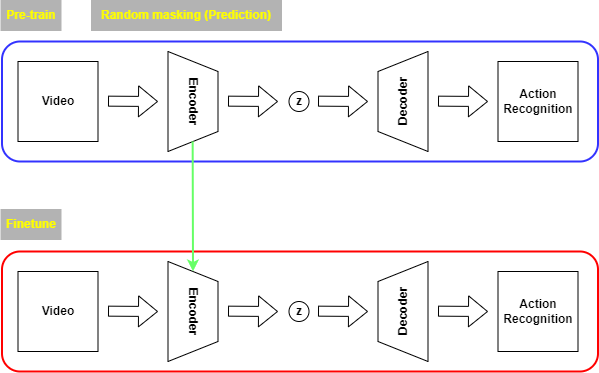
Above: Task/Action Recognition.drawio.png in Kyoungrae-Noh/Self-Supervised-Learning (draw.io), before the change. Source tidied: cells renumbered, new cells last; positions are measured from the earlier drawing's top-left corner, leaving out a move shared by most shapes.
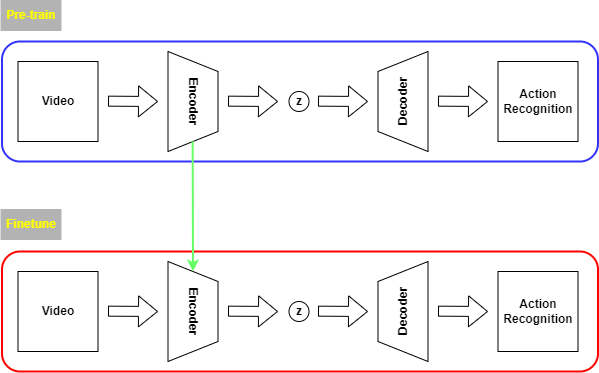
The same file after the commit.

The edit, as a diff of the source:
```diff
@@ -97,8 +97,5 @@
         <mxPoint x="191.2" y="141" as="sourcePoint" />
       </mxGeometry>
     </mxCell>
-    <mxCell id="25" value="&lt;font color=&quot;#ffff00&quot;&gt;&lt;b&gt;Random masking (Prediction)&lt;/b&gt;&lt;/font&gt;" style="rounded=0;whiteSpace=wrap;html=1;fillColor=#B3B3B3;strokeColor=#B3B3B3;" parent="1" vertex="1">
-      <mxGeometry x="90" width="190" height="30" as="geometry" />
-    </mxCell>
   </root>
 </mxGraphModel>
```
